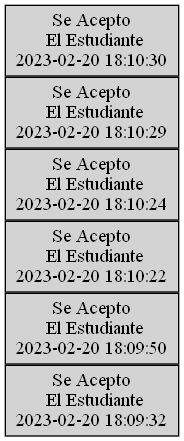
Earlier version of the Graphviz export EDD_Proyecto1_Fase1/Reportes/PilaAdmin.png (walterjav19/EDD_1S2023_PY_202111718). Its source is kept beside it as EDD_Proyecto1_Fase1/Grafics/PilaAdmin.dot.
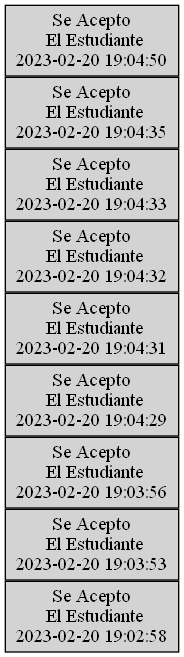
Above is the later version.

Diff of the diagram source:
```diff
@@ -4,20 +4,29 @@
 nodesep=0;
 n0 [label="Se Acepto
  El Estudiante
-2023-02-20 18:09:32"];
+2023-02-20 19:02:58"];
 n1 [label="Se Acepto
  El Estudiante
-2023-02-20 18:09:50"];
+2023-02-20 19:03:53"];
 n2 [label="Se Acepto
  El Estudiante
-2023-02-20 18:10:22"];
+2023-02-20 19:03:56"];
 n3 [label="Se Acepto
  El Estudiante
-2023-02-20 18:10:24"];
+2023-02-20 19:04:29"];
 n4 [label="Se Acepto
  El Estudiante
-2023-02-20 18:10:29"];
+2023-02-20 19:04:31"];
 n5 [label="Se Acepto
  El Estudiante
-2023-02-20 18:10:30"];
+2023-02-20 19:04:32"];
+n6 [label="Se Acepto
+ El Estudiante
+2023-02-20 19:04:33"];
+n7 [label="Se Acepto
+ El Estudiante
+2023-02-20 19:04:35"];
+n8 [label="Se Acepto
+ El Estudiante
+2023-02-20 19:04:50"];
 }
```
